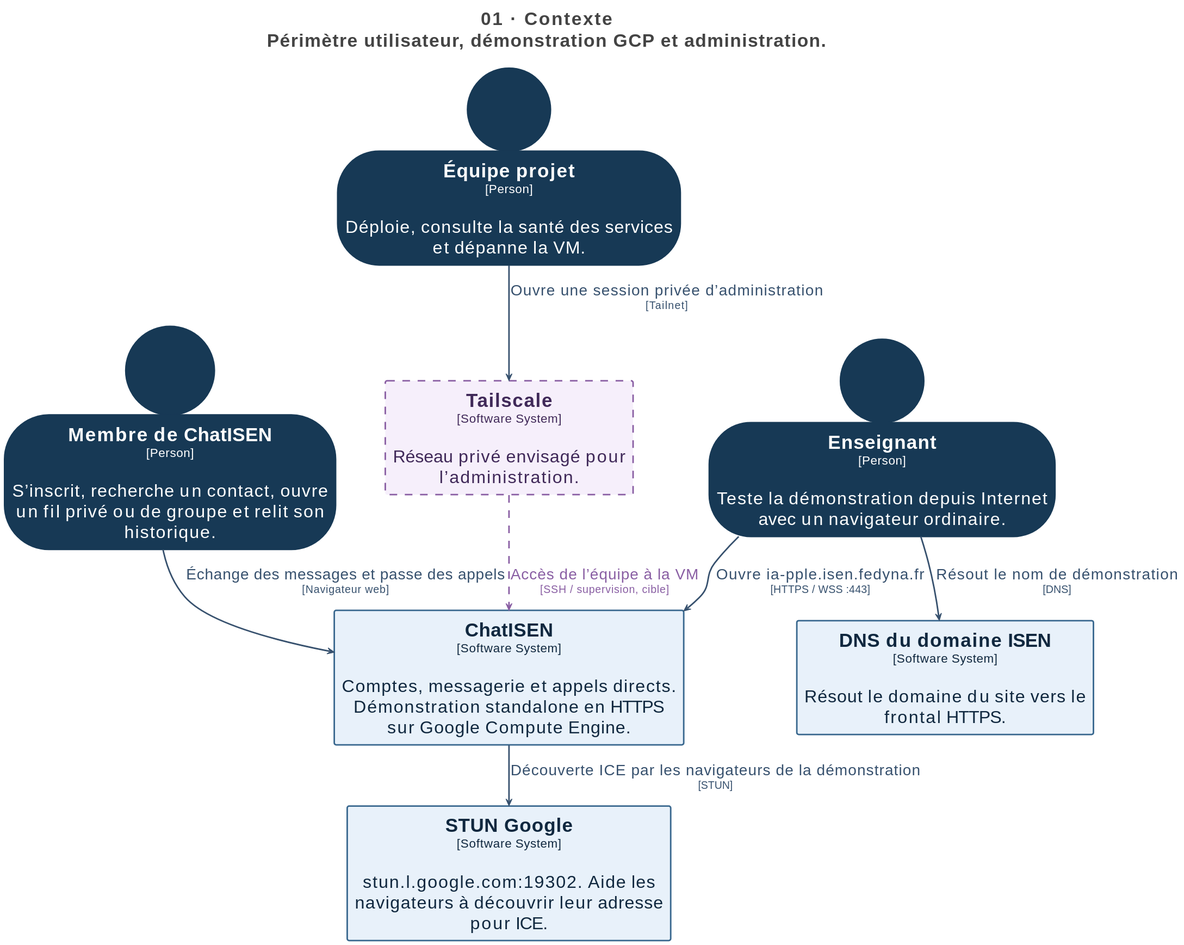
Earlier version of the PlantUML export docs/architecture/svg/01-contexte.svg (Zayonx-0/ChatISEN).
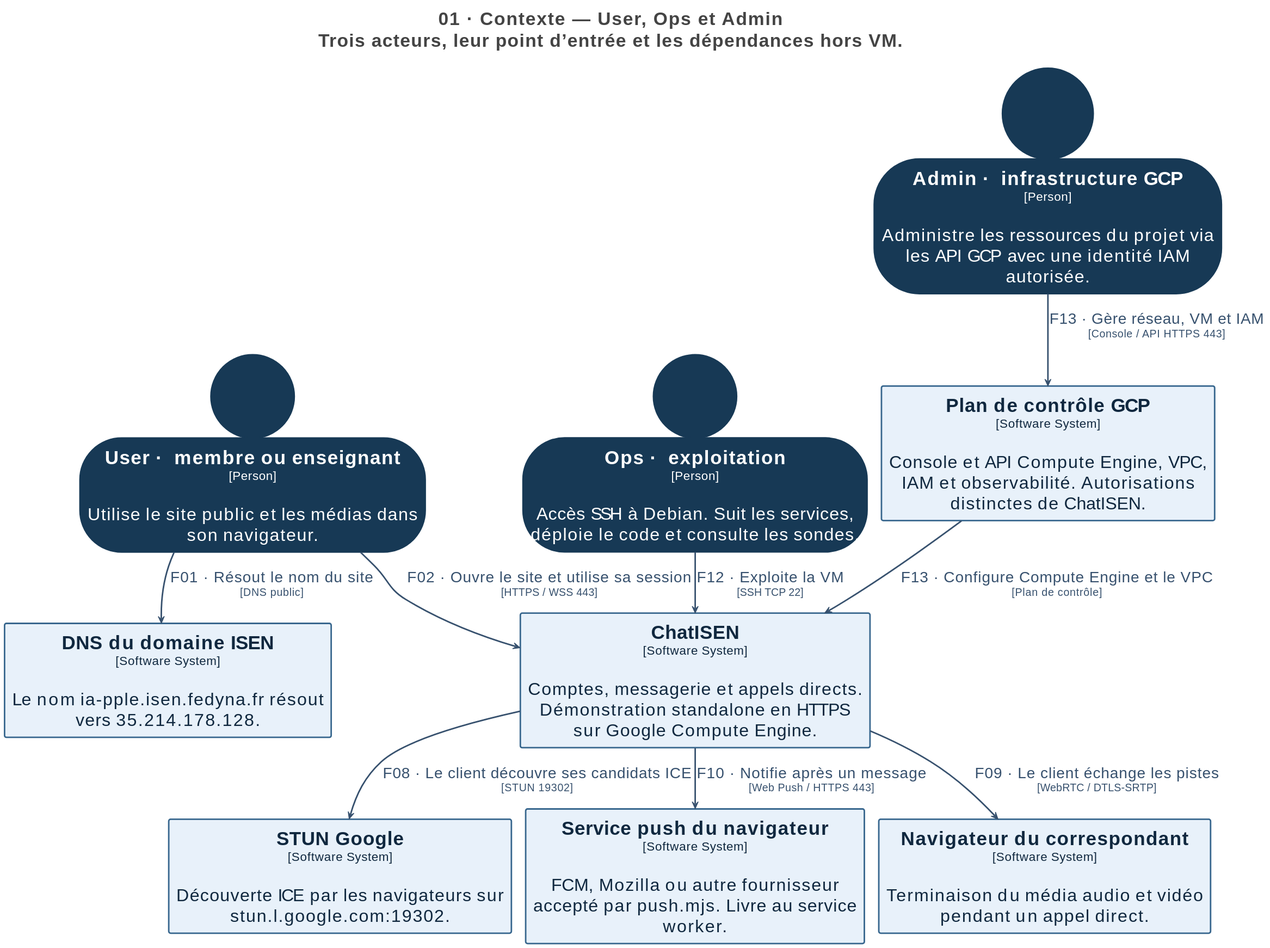
After the commit.

Diff of the diagram source:
```diff
@@ -1,7 +1,7 @@
 @startuml
 !pragma layout smetana
 skinparam backgroundColor white
-title <size:24>01 · Contexte</size>\n<size:24>Périmètre utilisateur, démonstration GCP et administration.</size>
+title <size:24>01 · Contexte — User, Ops et Admin</size>\n<size:24>Trois acteurs, leur point d’entrée et les dépendances hors VM.</size>
 
 set separator none
 top to bottom direction
@@ -21,18 +21,6 @@
     LineStyle: 0;
     LineThickness: 2;
     FontColor: #10283f;
-    FontSize: 23;
-    HorizontalAlignment: center;
-    Shadowing: 0;
-    MaximumWidth: 450;
-  }
-  // Element,Cible
-  .Element-RWxlbWVudCxDaWJsZQ== {
-    BackgroundColor: #f6effb;
-    LineColor: #895ea3;
-    LineStyle: 10-10;
-    LineThickness: 2;
-    FontColor: #402959;
     FontSize: 23;
     HorizontalAlignment: center;
     Shadowing: 0;
@@ -58,28 +46,24 @@
     FontColor: #37516e;
     FontSize: 20;
   }
-  // Relationship,Cible
-  .Relationship-UmVsYXRpb25zaGlwLENpYmxl {
-    LineThickness: 2;
-    LineStyle: 10-10;
-    LineColor: #895ea3;
-    FontColor: #895ea3;
-    FontSize: 20;
-  }
 </style>
 
-person "==Membre de ChatISEN\n<size:16>[Person]</size>\n\nS’inscrit, recherche un contact, ouvre un fil privé ou de groupe et relit son historique." <<Element-RWxlbWVudCxQZXJzb24=>> as MembredeChatISEN
-person "==Enseignant\n<size:16>[Person]</size>\n\nTeste la démonstration depuis Internet avec un navigateur ordinaire." <<Element-RWxlbWVudCxQZXJzb24=>> as Enseignant
-person "==Équipe projet\n<size:16>[Person]</size>\n\nDéploie, consulte la santé des services et dépanne la VM." <<Element-RWxlbWVudCxQZXJzb24=>> as Équipeprojet
-rectangle "==DNS du domaine ISEN\n<size:16>[Software System]</size>\n\nRésout le domaine du site vers le frontal HTTPS." <<Element-RWxlbWVudA==>> as DNSdudomaineISEN
-rectangle "==STUN Google\n<size:16>[Software System]</size>\n\nstun.l.google.com:19302. Aide les navigateurs à découvrir leur adresse pour ICE." <<Element-RWxlbWVudA==>> as STUNGoogle
-rectangle "==Tailscale\n<size:16>[Software System]</size>\n\nRéseau privé envisagé pour l’administration." <<Element-RWxlbWVudCxDaWJsZQ==>> as Tailscale
+person "==User · membre ou enseignant\n<size:16>[Person]</size>\n\nUtilise le site public et les médias dans son navigateur." <<Element-RWxlbWVudCxQZXJzb24=>> as Usermembreouenseignant
 rectangle "==ChatISEN\n<size:16>[Software System]</size>\n\nComptes, messagerie et appels directs. Démonstration standalone en HTTPS sur Google Compute Engine." <<Element-RWxlbWVudA==>> as ChatISEN
+person "==Ops · exploitation\n<size:16>[Person]</size>\n\nAccès SSH à Debian. Suit les services, déploie le code et consulte les sondes." <<Element-RWxlbWVudCxQZXJzb24=>> as Opsexploitation
+person "==Admin · infrastructure GCP\n<size:16>[Person]</size>\n\nAdministre les ressources du projet via les API GCP avec une identité IAM autorisée." <<Element-RWxlbWVudCxQZXJzb24=>> as AdmininfrastructureGCP
+rectangle "==DNS du domaine ISEN\n<size:16>[Software System]</size>\n\nLe nom ia-pple.isen.fedyna.fr résout vers 35.214.178.128." <<Element-RWxlbWVudA==>> as DNSdudomaineISEN
+rectangle "==STUN Google\n<size:16>[Software System]</size>\n\nDécouverte ICE par les navigateurs sur stun.l.google.com:19302." <<Element-RWxlbWVudA==>> as STUNGoogle
+rectangle "==Service push du navigateur\n<size:16>[Software System]</size>\n\nFCM, Mozilla ou autre fournisseur accepté par push.mjs. Livre au service worker." <<Element-RWxlbWVudA==>> as Servicepushdunavigateur
+rectangle "==Navigateur du correspondant\n<size:16>[Software System]</size>\n\nTerminaison du média audio et vidéo pendant un appel direct." <<Element-RWxlbWVudA==>> as Navigateurducorrespondant
+rectangle "==Plan de contrôle GCP\n<size:16>[Software System]</size>\n\nConsole et API Compute Engine, VPC, IAM et observabilité. Autorisations distinctes de ChatISEN." <<Element-RWxlbWVudA==>> as PlandecontrôleGCP
 
-MembredeChatISEN --> ChatISEN <<Relationship-UmVsYXRpb25zaGlw>> : "Échange des messages et passe des appels\n<size:14>[Navigateur web]</size>"
-Enseignant --> ChatISEN <<Relationship-UmVsYXRpb25zaGlw>> : "Ouvre ia-pple.isen.fedyna.fr\n<size:14>[HTTPS / WSS :443]</size>"
-Enseignant --> DNSdudomaineISEN <<Relationship-UmVsYXRpb25zaGlw>> : "Résout le nom de démonstration\n<size:14>[DNS]</size>"
-ChatISEN --> STUNGoogle <<Relationship-UmVsYXRpb25zaGlw>> : "Découverte ICE par les navigateurs de la démonstration\n<size:14>[STUN]</size>"
-Équipeprojet --> Tailscale <<Relationship-UmVsYXRpb25zaGlw>> : "Ouvre une session privée d’administration\n<size:14>[Tailnet]</size>"
-Tailscale --> ChatISEN <<Relationship-UmVsYXRpb25zaGlwLENpYmxl>> : "Accès de l’équipe à la VM\n<size:14>[SSH / supervision, cible]</size>"
+Usermembreouenseignant --> ChatISEN <<Relationship-UmVsYXRpb25zaGlw>> : "F02 · Ouvre le site et utilise sa session\n<size:14>[HTTPS / WSS 443]</size>"
+Usermembreouenseignant --> DNSdudomaineISEN <<Relationship-UmVsYXRpb25zaGlw>> : "F01 · Résout le nom du site\n<size:14>[DNS public]</size>"
+Opsexploitation --> ChatISEN <<Relationship-UmVsYXRpb25zaGlw>> : "F12 · Exploite la VM\n<size:14>[SSH TCP 22]</size>"
+AdmininfrastructureGCP --> PlandecontrôleGCP <<Relationship-UmVsYXRpb25zaGlw>> : "F13 · Gère réseau, VM et IAM\n<size:14>[Console / API HTTPS 443]</size>"
+PlandecontrôleGCP --> ChatISEN <<Relationship-UmVsYXRpb25zaGlw>> : "F13 · Configure Compute Engine et le VPC\n<size:14>[Plan de contrôle]</size>"
+ChatISEN --> STUNGoogle <<Relationship-UmVsYXRpb25zaGlw>> : "F08 · Le client découvre ses candidats ICE\n<size:14>[STUN 19302]</size>"
+ChatISEN --> Navigateurducorrespondant <<Relationship-UmVsYXRpb25zaGlw>> : "F09 · Le client échange les pistes\n<size:14>[WebRTC / DTLS-SRTP]</size>"
+ChatISEN --> Servicepushdunavigateur <<Relationship-UmVsYXRpb25zaGlw>> : "F10 · Notifie après un message\n<size:14>[Web Push / HTTPS 443]</size>"
 @enduml
```
